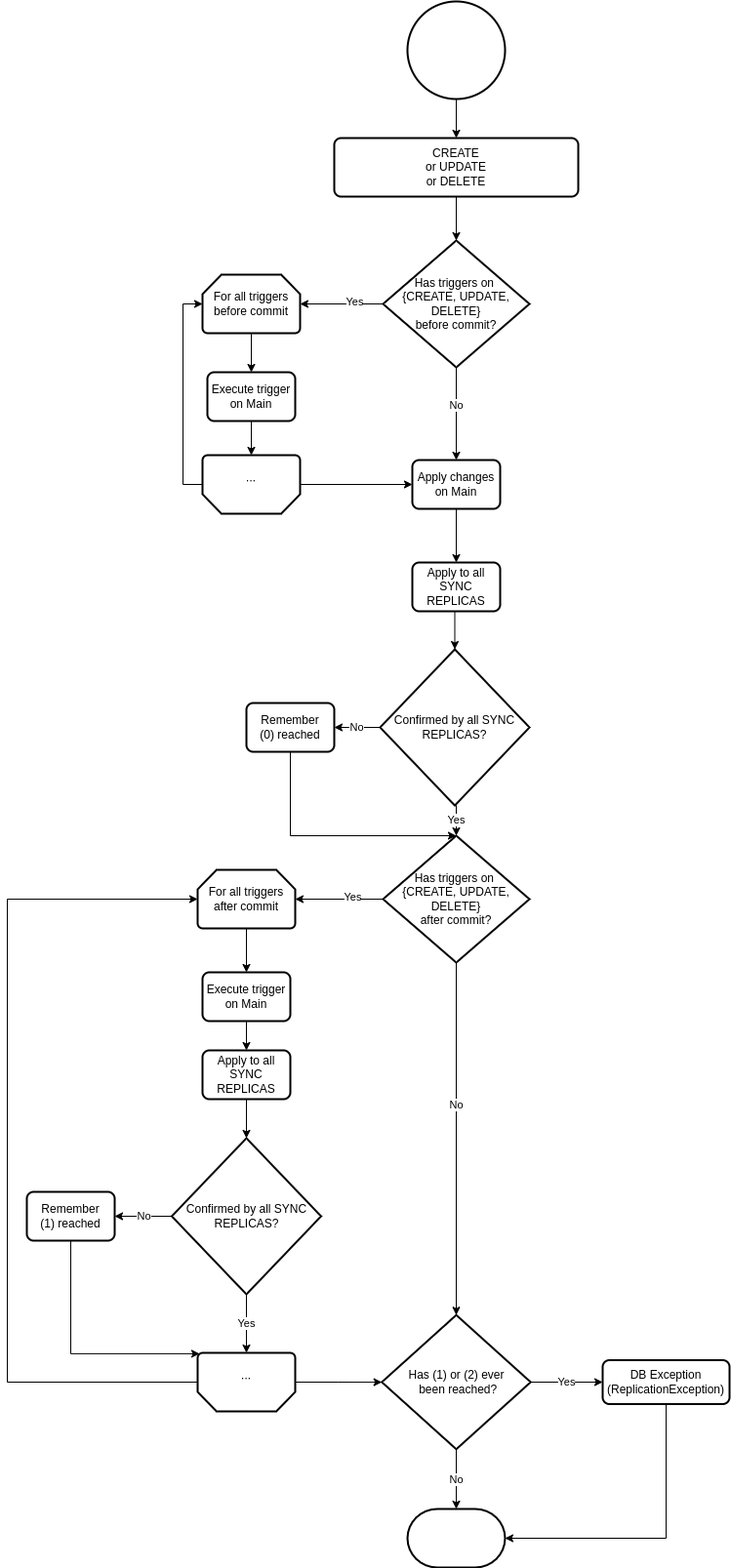
Above: docs/under-the-hood/data/replication/workflow_diagram_data_manipulation.drawio.png in memgraph/docs (draw.io), before the change. Source tidied: cells renumbered, new cells last; positions are measured from the earlier drawing's top-left corner, leaving out a move shared by most shapes.
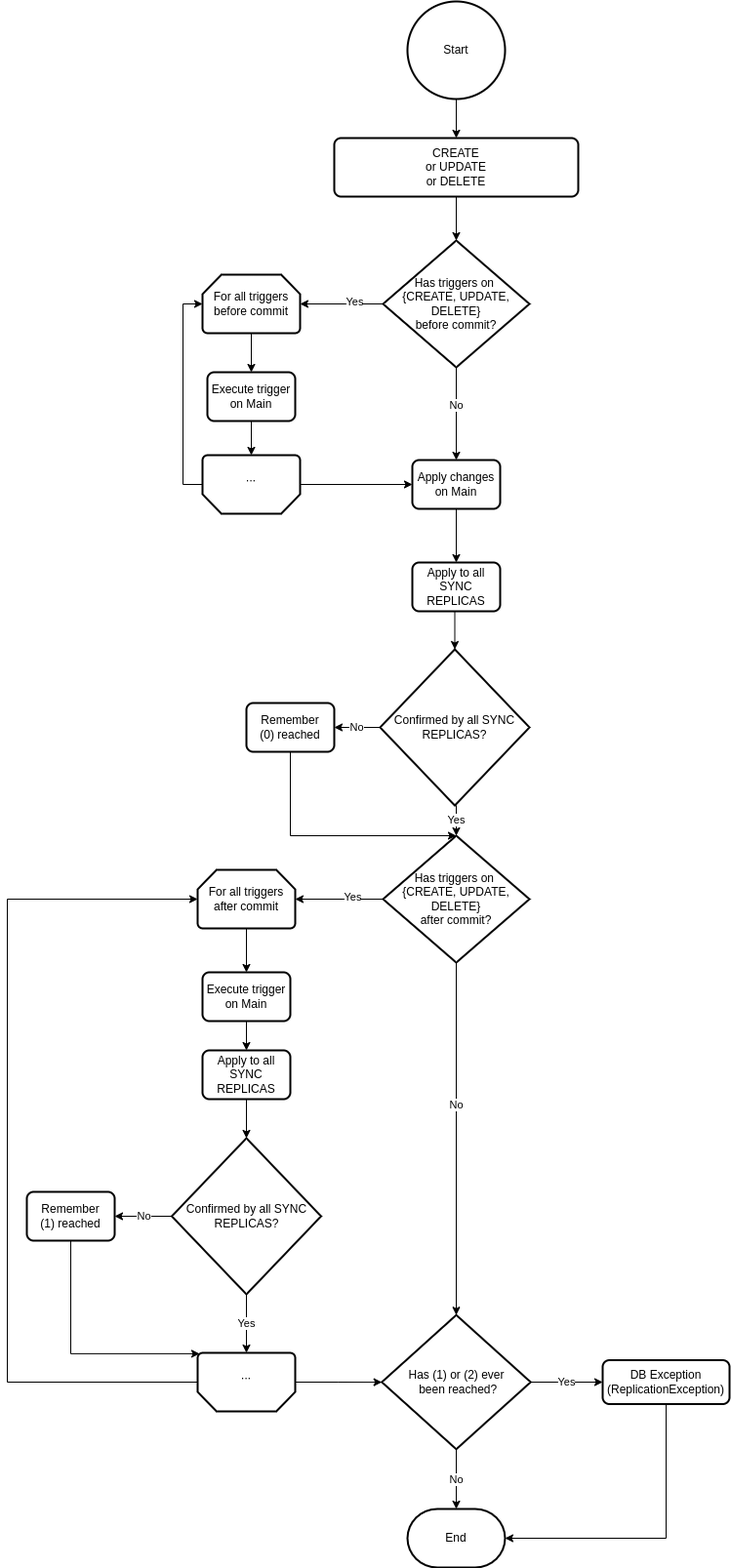
The same file after the commit.

Commit message:
Add start/end in UML diagram

The edit, as a diff of the source:
```diff
@@ -2,7 +2,7 @@
   <root>
     <mxCell id="0" />
     <mxCell id="1" parent="0" />
-    <mxCell id="2" style="strokeWidth=2;html=1;shape=mxgraph.flowchart.start_2;whiteSpace=wrap;" parent="1" vertex="1">
+    <mxCell id="2" value="Start" style="strokeWidth=2;html=1;shape=mxgraph.flowchart.start_2;whiteSpace=wrap;" parent="1" vertex="1">
       <mxGeometry x="410" width="100" height="100" as="geometry" />
     </mxCell>
     <mxCell id="3" value="&lt;div&gt;CREATE&lt;/div&gt;&lt;div&gt;or UPDATE&lt;/div&gt;&lt;div&gt;or DELETE&lt;/div&gt;" style="rounded=1;whiteSpace=wrap;html=1;absoluteArcSize=1;arcSize=14;strokeWidth=2;" parent="1" vertex="1">
@@ -167,7 +167,7 @@
     <mxCell id="50" value="&lt;div&gt;Has (1) or (2) ever&lt;/div&gt;&lt;div&gt;&amp;nbsp;been reached?&lt;/div&gt;" style="strokeWidth=2;html=1;shape=mxgraph.flowchart.decision;whiteSpace=wrap;" parent="1" vertex="1">
       <mxGeometry x="383.8" y="1346.2" width="152.5" height="137.5" as="geometry" />
     </mxCell>
-    <mxCell id="51" style="strokeWidth=2;html=1;shape=mxgraph.flowchart.terminator;whiteSpace=wrap;" parent="1" vertex="1">
+    <mxCell id="51" value="End" style="strokeWidth=2;html=1;shape=mxgraph.flowchart.terminator;whiteSpace=wrap;" parent="1" vertex="1">
       <mxGeometry x="410" y="1545" width="100" height="60" as="geometry" />
     </mxCell>
     <mxCell id="52" style="edgeStyle=orthogonalEdgeStyle;rounded=0;jettySize=auto;html=1;exitX=0.5;exitY=1;exitDx=0;exitDy=0;entryX=1;entryY=0.5;entryDx=0;entryDy=0;entryPerimeter=0;" parent="1" edge="1" source="53" target="51">
```
